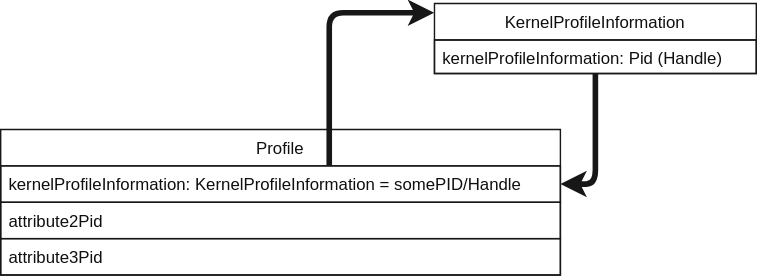
kit-data-manager/testbed4inf keeps this draw.io diagram as documentation/images/dtr_attributes.drawio.svg. Above is the earlier version. Source tidied: cells renumbered, new cells last; positions are measured from the earlier drawing's top-left corner, leaving out a move shared by most shapes. Source of this version:
```xml
<mxGraphModel background="#ffffff">
  <root>
    <mxCell id="0" />
    <mxCell id="1" parent="0" />
    <mxCell id="2" value="Profile" style="swimlane;fontStyle=0;horizontal=1;startSize=26;fillColor=none;strokeColor=#171717;fontColor=#0F0F0F;" parent="1" vertex="1">
      <mxGeometry y="90" width="400" height="104" as="geometry" />
    </mxCell>
    <mxCell id="3" value="kernelProfileInformation: KernelProfileInformation = somePID/Handle" style="text;strokeColor=#171717;fillColor=none;align=left;verticalAlign=top;spacingLeft=4;spacingRight=4;overflow=hidden;points=[[0,0.5],[1,0.5]];portConstraint=eastwest;fontColor=#0F0F0F;" parent="2" vertex="1">
      <mxGeometry y="26" width="400" height="26" as="geometry" />
    </mxCell>
    <mxCell id="4" value="attribute2Pid" style="text;strokeColor=#171717;fillColor=none;align=left;verticalAlign=top;spacingLeft=4;spacingRight=4;overflow=hidden;fontColor=#0F0F0F;" parent="2" vertex="1">
      <mxGeometry y="52" width="400" height="26" as="geometry" />
    </mxCell>
    <mxCell id="5" value="attribute3Pid" style="text;strokeColor=#171717;fillColor=none;align=left;verticalAlign=top;spacingLeft=4;spacingRight=4;overflow=hidden;fontColor=#0F0F0F;" parent="2" vertex="1">
      <mxGeometry y="78" width="400" height="26" as="geometry" />
    </mxCell>
    <mxCell id="6" value="KernelProfileInformation" style="swimlane;fontStyle=0;horizontal=1;startSize=26;fillColor=none;strokeColor=#171717;fontColor=#0F0F0F;" parent="1" vertex="1">
      <mxGeometry x="310" width="230" height="50" as="geometry" />
    </mxCell>
    <mxCell id="7" value="kernelProfileInformation: Pid (Handle)" style="text;strokeColor=#171717;fillColor=none;align=left;verticalAlign=top;spacingLeft=4;spacingRight=4;overflow=hidden;fontColor=#0F0F0F;" parent="6" vertex="1">
      <mxGeometry y="26" width="230" height="24" as="geometry" />
    </mxCell>
    <mxCell id="8" style="edgeStyle=orthogonalEdgeStyle;jettySize=auto;html=1;entryX=-0.001;entryY=0.131;entryDx=0;entryDy=0;entryPerimeter=0;exitX=0.587;exitY=-0.013;exitDx=0;exitDy=0;exitPerimeter=0;rounded=1;fillColor=#60a917;strokeColor=#171717;strokeWidth=4;jumpStyle=gap;fontColor=#0F0F0F;" parent="1" edge="1" source="3" target="6">
      <mxGeometry relative="1" as="geometry" />
    </mxCell>
    <mxCell id="9" style="edgeStyle=orthogonalEdgeStyle;rounded=1;jettySize=auto;html=1;fillColor=#60a917;strokeColor=#171717;strokeWidth=4;jumpStyle=gap;fontColor=#0F0F0F;" parent="1" edge="1" source="6" target="3">
      <mxGeometry relative="1" as="geometry" />
    </mxCell>
  </root>
</mxGraphModel>
```
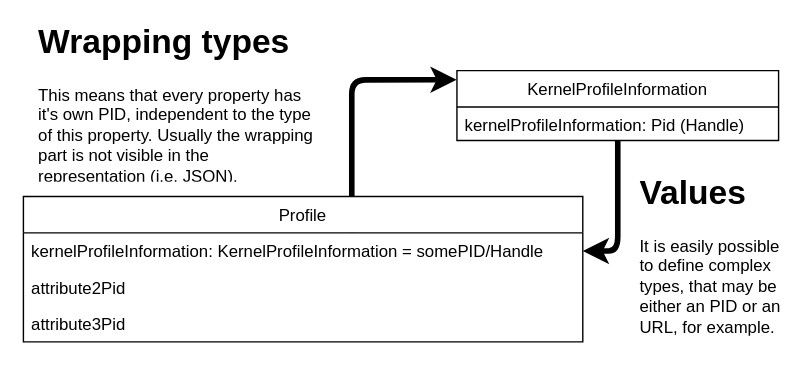
The same file after the commit.

The edit, as a diff of the source:
```diff
@@ -1,30 +1,39 @@
-<mxGraphModel background="#ffffff">
+<mxGraphModel>
   <root>
     <mxCell id="0" />
     <mxCell id="1" parent="0" />
+    <mxCell id="10" style="rounded=0;whiteSpace=wrap;html=1;strokeColor=none;" parent="1" vertex="1">
+      <mxGeometry x="-16" y="-40" width="570" height="250" as="geometry" />
+    </mxCell>
+    <mxCell id="8" style="edgeStyle=orthogonalEdgeStyle;jettySize=auto;html=1;entryX=-0.001;entryY=0.131;entryDx=0;entryDy=0;entryPerimeter=0;exitX=0.587;exitY=-0.013;exitDx=0;exitDy=0;exitPerimeter=0;rounded=1;strokeWidth=4;jumpStyle=gap;fontColor=#0F0F0F;" parent="1" edge="1" source="3" target="6">
+      <mxGeometry relative="1" as="geometry" />
+    </mxCell>
+    <mxCell id="9" style="edgeStyle=orthogonalEdgeStyle;rounded=1;jettySize=auto;html=1;strokeWidth=4;jumpStyle=gap;fontColor=#0F0F0F;" parent="1" edge="1" source="6" target="3">
+      <mxGeometry relative="1" as="geometry" />
+    </mxCell>
+    <mxCell id="11" value="&lt;h1&gt;Wrapping types&lt;/h1&gt;&lt;div&gt;This means that every property has it's own PID, independent to the type of this property. Usually the wrapping part is not visible in the representation (i.e. JSON).&lt;/div&gt;" style="text;html=1;spacing=5;spacingTop=-20;whiteSpace=wrap;overflow=hidden;rounded=0;" parent="1" vertex="1">
+      <mxGeometry x="6" y="-40" width="210" height="120" as="geometry" />
+    </mxCell>
+    <mxCell id="12" value="&lt;h1&gt;Values&lt;/h1&gt;&lt;div&gt;It is easily possible to define complex types, that may be either an PID or an URL, for example.&lt;/div&gt;" style="text;html=1;spacing=5;spacingTop=-20;whiteSpace=wrap;overflow=hidden;rounded=0;" parent="1" vertex="1">
+      <mxGeometry x="436" y="68" width="120" height="122" as="geometry" />
+    </mxCell>
-    <mxCell id="2" value="Profile" style="swimlane;fontStyle=0;horizontal=1;startSize=26;fillColor=none;strokeColor=#171717;fontColor=#0F0F0F;" parent="1" vertex="1">
+    <mxCell id="2" value="Profile" style="swimlane;fontStyle=0;horizontal=1;startSize=26;" parent="1" vertex="1">
       <mxGeometry y="90" width="400" height="104" as="geometry" />
     </mxCell>
-    <mxCell id="3" value="kernelProfileInformation: KernelProfileInformation = somePID/Handle" style="text;strokeColor=#171717;fillColor=none;align=left;verticalAlign=top;spacingLeft=4;spacingRight=4;overflow=hidden;points=[[0,0.5],[1,0.5]];portConstraint=eastwest;fontColor=#0F0F0F;" parent="2" vertex="1">
+    <mxCell id="3" value="kernelProfileInformation: KernelProfileInformation = somePID/Handle" style="text;align=left;verticalAlign=top;spacingLeft=4;spacingRight=4;overflow=hidden;points=[[0,0.5],[1,0.5]];portConstraint=eastwest;" parent="2" vertex="1">
       <mxGeometry y="26" width="400" height="26" as="geometry" />
     </mxCell>
-    <mxCell id="4" value="attribute2Pid" style="text;strokeColor=#171717;fillColor=none;align=left;verticalAlign=top;spacingLeft=4;spacingRight=4;overflow=hidden;fontColor=#0F0F0F;" parent="2" vertex="1">
+    <mxCell id="4" value="attribute2Pid" style="text;align=left;verticalAlign=top;spacingLeft=4;spacingRight=4;overflow=hidden;" parent="2" vertex="1">
       <mxGeometry y="52" width="400" height="26" as="geometry" />
     </mxCell>
-    <mxCell id="5" value="attribute3Pid" style="text;strokeColor=#171717;fillColor=none;align=left;verticalAlign=top;spacingLeft=4;spacingRight=4;overflow=hidden;fontColor=#0F0F0F;" parent="2" vertex="1">
+    <mxCell id="5" value="attribute3Pid" style="text;align=left;verticalAlign=top;spacingLeft=4;spacingRight=4;overflow=hidden;" parent="2" vertex="1">
       <mxGeometry y="78" width="400" height="26" as="geometry" />
     </mxCell>
-    <mxCell id="6" value="KernelProfileInformation" style="swimlane;fontStyle=0;horizontal=1;startSize=26;fillColor=none;strokeColor=#171717;fontColor=#0F0F0F;" parent="1" vertex="1">
+    <mxCell id="6" value="KernelProfileInformation" style="swimlane;fontStyle=0;horizontal=1;startSize=26;" parent="1" vertex="1">
       <mxGeometry x="310" width="230" height="50" as="geometry" />
     </mxCell>
-    <mxCell id="7" value="kernelProfileInformation: Pid (Handle)" style="text;strokeColor=#171717;fillColor=none;align=left;verticalAlign=top;spacingLeft=4;spacingRight=4;overflow=hidden;fontColor=#0F0F0F;" parent="6" vertex="1">
+    <mxCell id="7" value="kernelProfileInformation: Pid (Handle)" style="text;align=left;verticalAlign=top;spacingLeft=4;spacingRight=4;overflow=hidden;" parent="6" vertex="1">
       <mxGeometry y="26" width="230" height="24" as="geometry" />
     </mxCell>
-    <mxCell id="8" style="edgeStyle=orthogonalEdgeStyle;jettySize=auto;html=1;entryX=-0.001;entryY=0.131;entryDx=0;entryDy=0;entryPerimeter=0;exitX=0.587;exitY=-0.013;exitDx=0;exitDy=0;exitPerimeter=0;rounded=1;fillColor=#60a917;strokeColor=#171717;strokeWidth=4;jumpStyle=gap;fontColor=#0F0F0F;" parent="1" edge="1" source="3" target="6">
-      <mxGeometry relative="1" as="geometry" />
-    </mxCell>
-    <mxCell id="9" style="edgeStyle=orthogonalEdgeStyle;rounded=1;jettySize=auto;html=1;fillColor=#60a917;strokeColor=#171717;strokeWidth=4;jumpStyle=gap;fontColor=#0F0F0F;" parent="1" edge="1" source="6" target="3">
-      <mxGeometry relative="1" as="geometry" />
-    </mxCell>
   </root>
 </mxGraphModel>
```
